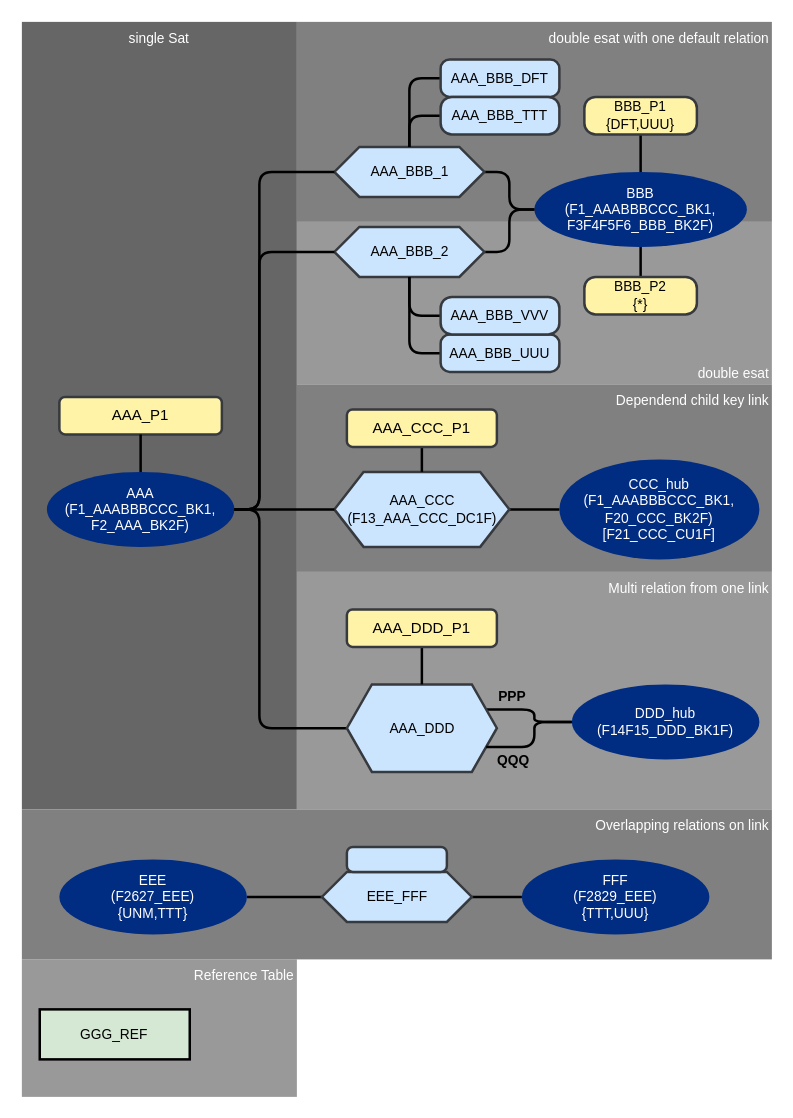
This is documentation/images/test55_model.drawio from cimt-ag/data_vault_pipelinedescription, a draw.io file, before an edit. Source tidied: cells renumbered, new cells numbered last; positions are measured from the earlier drawing's top-left corner, leaving out a move shared by most shapes. Both pictures are drawn from the tidied source at 125%, with x=0, y=0 at pixel (21, 21).
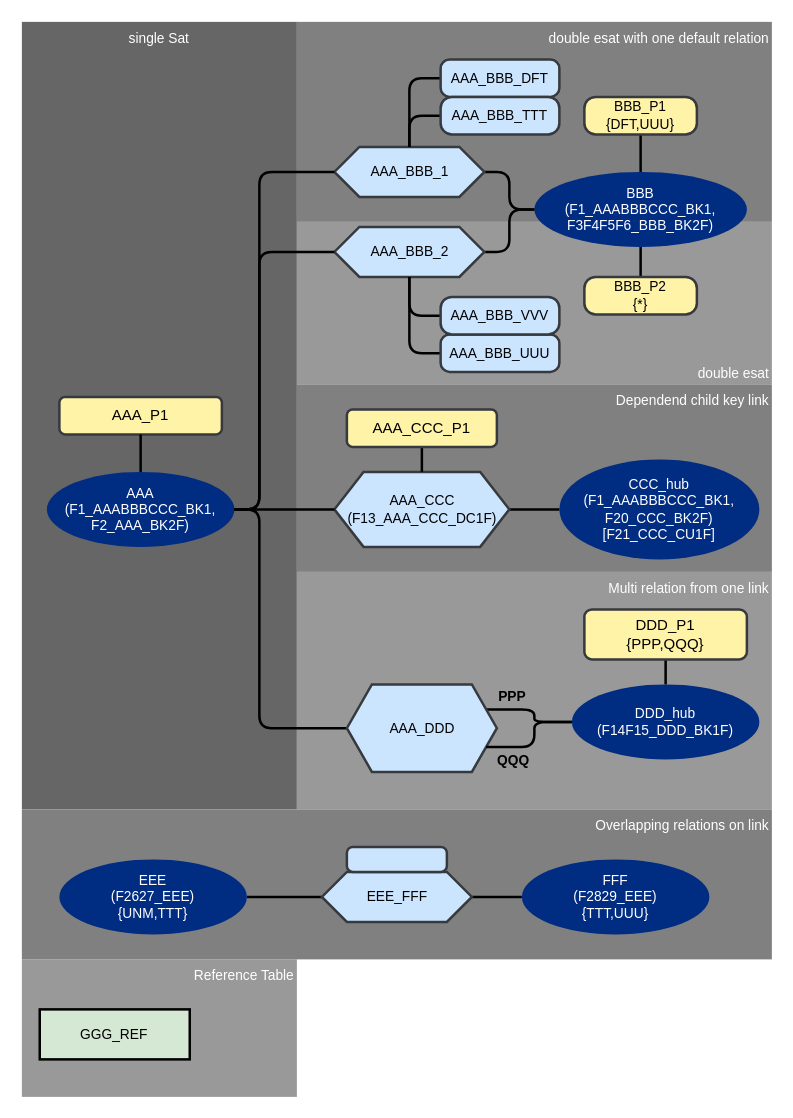
After the change.

Unchanged cells that the change refers to:
```xml
<mxCell id="27" value="AAA_DDD" style="verticalLabelPosition=middle;verticalAlign=middle;html=1;shape=hexagon;perimeter=hexagonPerimeter2;arcSize=6;size=0.16666666666666666;fillColor=#cce5ff;strokeColor=#36393d;strokeWidth=2;fontFamily=Helvetica;fontSize=11;fontColor=default;labelPosition=center;align=center;" parent="10" vertex="1">
  <mxGeometry x="260" y="530" width="120" height="70" as="geometry" />
</mxCell>
<mxCell id="28" value="DDD_hub&lt;br&gt;(F14F15_DDD_BK1F)" style="strokeWidth=2;html=1;shape=mxgraph.flowchart.start_1;whiteSpace=wrap;strokeColor=none;fontColor=#ffffff;fillColor=#002C82;fontFamily=Helvetica;fontSize=11;" parent="10" vertex="1">
  <mxGeometry x="440" y="530" width="150" height="60" as="geometry" />
</mxCell>
```

What changed in the source:
```diff
@@
-    <mxCell id="40" style="edgeStyle=none;shape=connector;rounded=1;jumpStyle=none;jettySize=auto;html=1;labelBackgroundColor=default;strokeColor=default;strokeWidth=2;fontFamily=Helvetica;fontSize=11;fontColor=default;endArrow=none;endFill=0;" parent="10" edge="1" source="41" target="27">
+    <mxCell id="40" style="edgeStyle=none;shape=connector;rounded=1;jumpStyle=none;jettySize=auto;html=1;labelBackgroundColor=default;strokeColor=default;strokeWidth=2;fontFamily=Helvetica;fontSize=11;fontColor=default;endArrow=none;endFill=0;entryX=0.5;entryY=0;entryDx=0;entryDy=0;entryPerimeter=0;" parent="10" edge="1" source="41" target="28">
       <mxGeometry relative="1" as="geometry" />
     </mxCell>
-    <mxCell id="41" value="AAA_DDD_P1" style="rounded=1;whiteSpace=wrap;html=1;strokeColor=#36393d;fillColor=#FFF3A8;strokeWidth=2;" parent="10" vertex="1">
-      <mxGeometry x="260" y="470" width="120" height="30" as="geometry" />
+    <mxCell id="41" value="DDD_P1&lt;br&gt;{PPP,QQQ}" style="rounded=1;whiteSpace=wrap;html=1;strokeColor=#36393d;fillColor=#FFF3A8;strokeWidth=2;" parent="10" vertex="1">
+      <mxGeometry x="450" y="470" width="130" height="40" as="geometry" />
     </mxCell>
```
